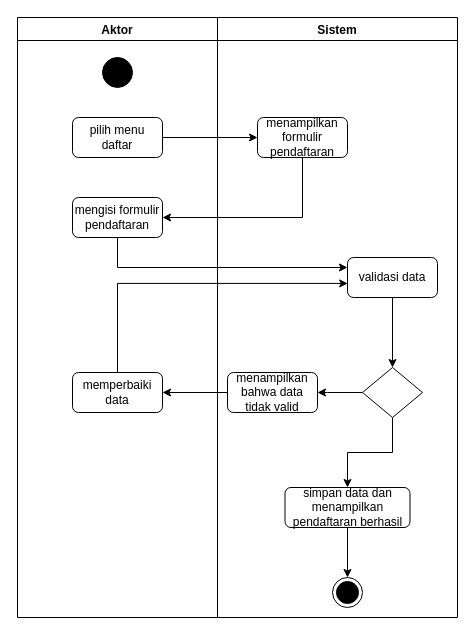
ratihpn99/tokoonline keeps this draw.io diagram as registrasi activity diagram.drawio. Above is the earlier version. Source tidied: cells renumbered, new cells numbered last; positions are measured from the earlier drawing's top-left corner, leaving out a move shared by most shapes. Both pictures are drawn from the tidied source at 100%, with x=0, y=0 at pixel (17, 17).
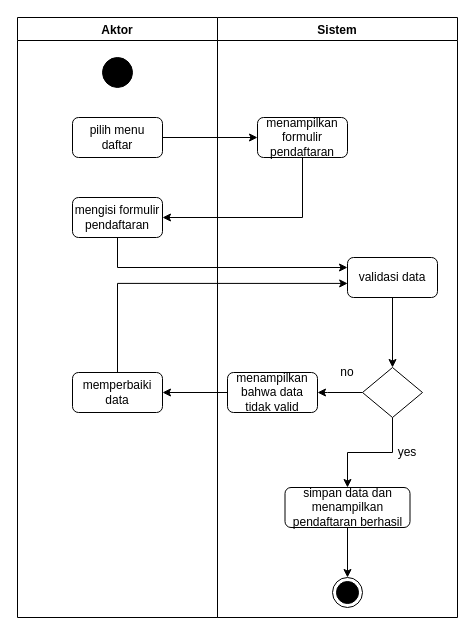
After the change.

The change refers to these unchanged cells:
```xml
<mxCell id="7" value="Sistem" style="swimlane;" parent="1" vertex="1">
  <mxGeometry x="200" width="240" height="600" as="geometry" />
</mxCell>
```

The edit, as a diff of the source:
```diff
@@
+    <mxCell id="23" value="no" style="text;html=1;strokeColor=none;fillColor=none;align=center;verticalAlign=middle;whiteSpace=wrap;rounded=0;" parent="7" vertex="1">
+      <mxGeometry x="100" y="340" width="60" height="30" as="geometry" />
+    </mxCell>
+    <mxCell id="24" value="yes" style="text;html=1;strokeColor=none;fillColor=none;align=center;verticalAlign=middle;whiteSpace=wrap;rounded=0;" parent="7" vertex="1">
+      <mxGeometry x="160" y="420" width="60" height="30" as="geometry" />
+    </mxCell>
```
